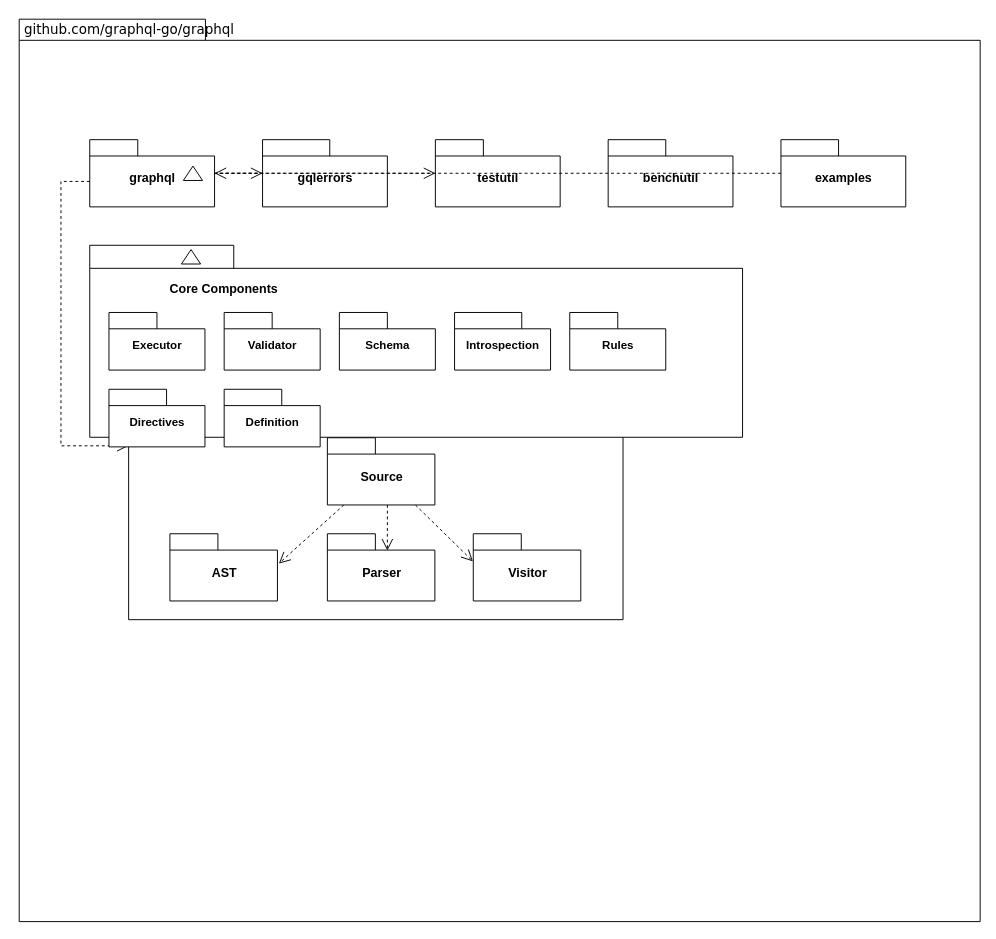
Above: architecture/uml/packages/graphql-graphql-go-architecture-packages.drawio in chris-ramon/thesis-graphql-go (draw.io), before the change. Source tidied: cells renumbered, new cells numbered last; positions are measured from the earlier drawing's top-left corner, leaving out a move shared by most shapes. Both pictures are drawn from the tidied source at 96%, with x=0, y=0 at pixel (18, 18).
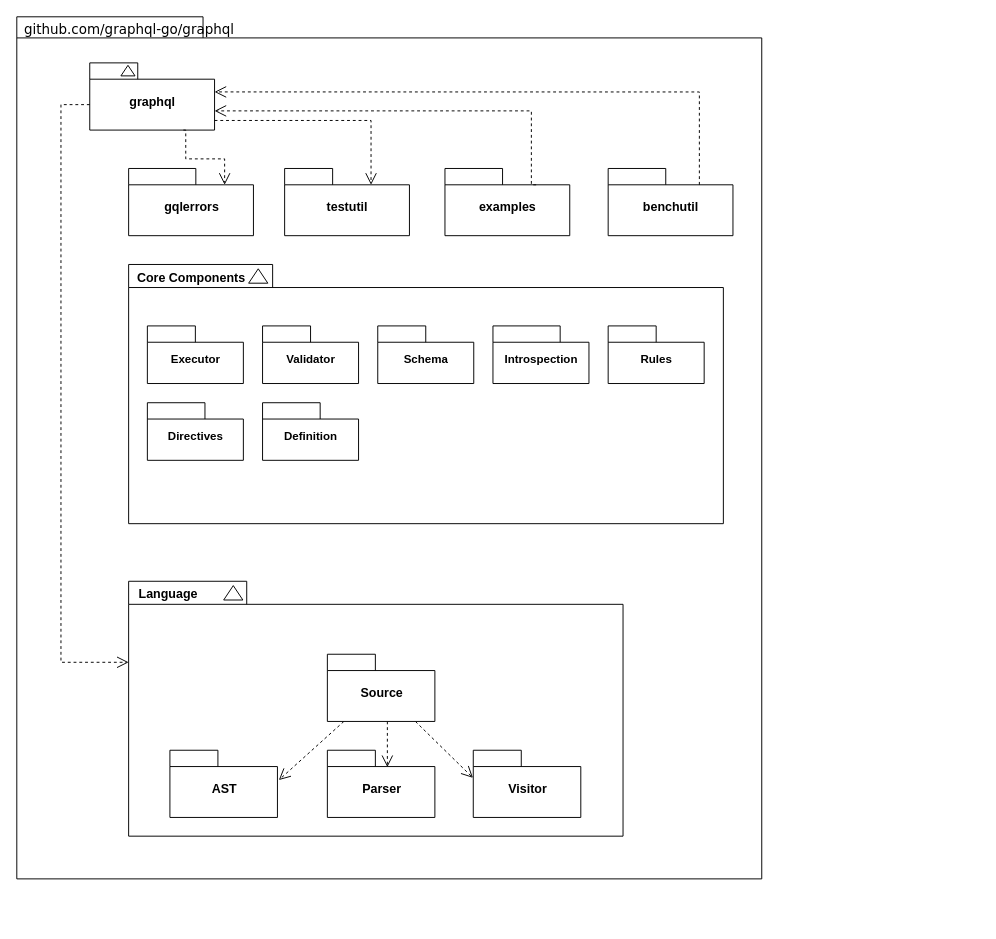
Above is the later version.

Commit message:
architecture/uml/packages: package diagram clean-ups

Unchanged cells that the change refers to:
```xml
<mxCell id="4" value="&lt;font face=&quot;Helvetica&quot; style=&quot;font-size: 13px;&quot;&gt;graphql&lt;/font&gt;" style="shape=folder;fontStyle=1;spacingTop=10;tabWidth=50;tabHeight=17;tabPosition=left;html=1;rounded=0;shadow=0;comic=0;labelBackgroundColor=none;strokeWidth=1;fontFamily=Verdana;fontSize=10;align=center;" parent="3" vertex="1">
  <mxGeometry width="130" height="70" as="geometry" />
</mxCell>
```

The edit, as a diff of the source:
```diff
@@
     <mxCell id="2" style="shape=folder;fontStyle=1;spacingTop=10;tabWidth=194;tabHeight=22;tabPosition=left;html=1;rounded=0;shadow=0;comic=0;labelBackgroundColor=none;strokeWidth=1;fillColor=none;fontFamily=Verdana;fontSize=10;align=center;" parent="1" vertex="1">
-      <mxGeometry x="0.5" y="0.5" width="1001" height="940" as="geometry" />
+      <mxGeometry x="-2" y="-2" width="776" height="898" as="geometry" />
     </mxCell>
     <mxCell id="3" style="group;" parent="1" vertex="1">
-      <mxGeometry x="74" y="126" width="130" height="70" as="geometry" />
+      <mxGeometry x="74" y="46" width="130" height="70" as="geometry" />
     </mxCell>
@@
     <mxCell id="5" style="triangle;whiteSpace=wrap;html=1;rounded=0;shadow=0;comic=0;labelBackgroundColor=none;strokeWidth=1;fontFamily=Verdana;fontSize=10;align=center;rotation=-90;" parent="3" vertex="1">
-      <mxGeometry x="100" y="25" width="15" height="20" as="geometry" />
+      <mxGeometry x="34.3" y="0.7" width="11" height="14.7" as="geometry" />
     </mxCell>
     <mxCell id="6" style="shape=folder;fontStyle=1;spacingTop=10;tabWidth=123;tabHeight=24;tabPosition=left;html=1;rounded=0;shadow=0;comic=0;labelBackgroundColor=none;strokeColor=#000000;strokeWidth=1;fillColor=#ffffff;fontFamily=Verdana;fontSize=10;fontColor=#000000;align=center;" parent="1" vertex="1">
-      <mxGeometry x="114.5" y="360.5" width="515" height="265.5" as="geometry" />
+      <mxGeometry x="114.5" y="586" width="515" height="265.5" as="geometry" />
     </mxCell>
@@
     <mxCell id="10" value="Source" style="shape=folder;fontStyle=1;spacingTop=10;tabWidth=50;tabHeight=17;tabPosition=left;html=1;rounded=0;shadow=0;comic=0;labelBackgroundColor=none;strokeColor=#000000;strokeWidth=1;fillColor=#ffffff;fontFamily=Helvetica;fontSize=13;fontColor=#000000;align=center;" parent="1" vertex="1">
-      <mxGeometry x="321.5" y="436.5" width="112" height="70" as="geometry" />
+      <mxGeometry x="321.5" y="662" width="112" height="70" as="geometry" />
     </mxCell>
     <mxCell id="11" value="AST" style="shape=folder;fontStyle=1;spacingTop=10;tabWidth=50;tabHeight=17;tabPosition=left;html=1;rounded=0;shadow=0;comic=0;labelBackgroundColor=none;strokeColor=#000000;strokeWidth=1;fillColor=#ffffff;fontFamily=Helvetica;fontSize=13;fontColor=#000000;align=center;" parent="1" vertex="1">
-      <mxGeometry x="157.5" y="536.5" width="112" height="70" as="geometry" />
+      <mxGeometry x="157.5" y="762" width="112" height="70" as="geometry" />
     </mxCell>
     <mxCell id="12" value="Parser" style="shape=folder;fontStyle=1;spacingTop=10;tabWidth=50;tabHeight=17;tabPosition=left;html=1;rounded=0;shadow=0;comic=0;labelBackgroundColor=none;strokeColor=#000000;strokeWidth=1;fillColor=#ffffff;fontFamily=Helvetica;fontSize=13;fontColor=#000000;align=center;" parent="1" vertex="1">
-      <mxGeometry x="321.5" y="536.5" width="112" height="70" as="geometry" />
+      <mxGeometry x="321.5" y="762" width="112" height="70" as="geometry" />
     </mxCell>
     <mxCell id="13" value="Visitor" style="shape=folder;fontStyle=1;spacingTop=10;tabWidth=50;tabHeight=17;tabPosition=left;html=1;rounded=0;shadow=0;comic=0;labelBackgroundColor=none;strokeColor=#000000;strokeWidth=1;fillColor=#ffffff;fontFamily=Helvetica;fontSize=13;fontColor=#000000;align=center;" parent="1" vertex="1">
-      <mxGeometry x="473.5" y="536.5" width="112" height="70" as="geometry" />
+      <mxGeometry x="473.5" y="762" width="112" height="70" as="geometry" />
     </mxCell>
@@
     <mxCell id="18" value="gqlerrors" style="shape=folder;fontStyle=1;spacingTop=10;tabWidth=70;tabHeight=17;tabPosition=left;html=1;rounded=0;shadow=0;comic=0;labelBackgroundColor=none;strokeColor=#000000;strokeWidth=1;fillColor=#ffffff;fontFamily=Helvetica;fontSize=13;fontColor=#000000;align=center;" parent="1" vertex="1">
-      <mxGeometry x="254" y="126" width="130" height="70" as="geometry" />
+      <mxGeometry x="114.5" y="156" width="130" height="70" as="geometry" />
     </mxCell>
     <mxCell id="19" value="testutil" style="shape=folder;fontStyle=1;spacingTop=10;tabWidth=50;tabHeight=17;tabPosition=left;html=1;rounded=0;shadow=0;comic=0;labelBackgroundColor=none;strokeColor=#000000;strokeWidth=1;fillColor=#ffffff;fontFamily=Helvetica;fontSize=13;fontColor=#000000;align=center;" parent="1" vertex="1">
-      <mxGeometry x="434" y="126" width="130" height="70" as="geometry" />
+      <mxGeometry x="277" y="156" width="130" height="70" as="geometry" />
     </mxCell>
     <mxCell id="20" value="benchutil" style="shape=folder;fontStyle=1;spacingTop=10;tabWidth=60;tabHeight=17;tabPosition=left;html=1;rounded=0;shadow=0;comic=0;labelBackgroundColor=none;strokeColor=#000000;strokeWidth=1;fillColor=#ffffff;fontFamily=Helvetica;fontSize=13;fontColor=#000000;align=center;" parent="1" vertex="1">
-      <mxGeometry x="614" y="126" width="130" height="70" as="geometry" />
+      <mxGeometry x="614" y="156" width="130" height="70" as="geometry" />
     </mxCell>
     <mxCell id="21" value="examples" style="shape=folder;fontStyle=1;spacingTop=10;tabWidth=60;tabHeight=17;tabPosition=left;html=1;rounded=0;shadow=0;comic=0;labelBackgroundColor=none;strokeColor=#000000;strokeWidth=1;fillColor=#ffffff;fontFamily=Helvetica;fontSize=13;fontColor=#000000;align=center;" parent="1" vertex="1">
-      <mxGeometry x="794" y="126" width="130" height="70" as="geometry" />
+      <mxGeometry x="444" y="156" width="130" height="70" as="geometry" />
     </mxCell>
     <mxCell id="22" style="shape=folder;fontStyle=1;spacingTop=10;tabWidth=150;tabHeight=24;tabPosition=left;html=1;rounded=0;shadow=0;comic=0;labelBackgroundColor=none;strokeColor=#000000;strokeWidth=1;fillColor=#ffffff;fontFamily=Verdana;fontSize=10;fontColor=#000000;align=center;" parent="1" vertex="1">
-      <mxGeometry x="74" y="236" width="680" height="200" as="geometry" />
+      <mxGeometry x="114.5" y="256" width="619.5" height="270" as="geometry" />
     </mxCell>
-    <mxCell id="23" value="Core Components" style="text;html=1;align=center;verticalAlign=middle;whiteSpace=wrap;rounded=0;fontStyle=1;fontSize=13;fontFamily=Helvetica;" parent="1" vertex="1">
-      <mxGeometry x="144" y="266" width="140" height="30" as="geometry" />
-    </mxCell>
     <mxCell id="24" value="Executor" style="shape=folder;fontStyle=1;spacingTop=10;tabWidth=50;tabHeight=17;tabPosition=left;html=1;rounded=0;shadow=0;comic=0;labelBackgroundColor=none;strokeColor=#000000;strokeWidth=1;fillColor=#ffffff;fontFamily=Helvetica;fontSize=12;fontColor=#000000;align=center;" parent="1" vertex="1">
-      <mxGeometry x="94" y="306" width="100" height="60" as="geometry" />
+      <mxGeometry x="134" y="320" width="100" height="60" as="geometry" />
     </mxCell>
     <mxCell id="25" value="Validator" style="shape=folder;fontStyle=1;spacingTop=10;tabWidth=50;tabHeight=17;tabPosition=left;html=1;rounded=0;shadow=0;comic=0;labelBackgroundColor=none;strokeColor=#000000;strokeWidth=1;fillColor=#ffffff;fontFamily=Helvetica;fontSize=12;fontColor=#000000;align=center;" parent="1" vertex="1">
-      <mxGeometry x="214" y="306" width="100" height="60" as="geometry" />
+      <mxGeometry x="254" y="320" width="100" height="60" as="geometry" />
     </mxCell>
     <mxCell id="26" value="Schema" style="shape=folder;fontStyle=1;spacingTop=10;tabWidth=50;tabHeight=17;tabPosition=left;html=1;rounded=0;shadow=0;comic=0;labelBackgroundColor=none;strokeColor=#000000;strokeWidth=1;fillColor=#ffffff;fontFamily=Helvetica;fontSize=12;fontColor=#000000;align=center;" parent="1" vertex="1">
-      <mxGeometry x="334" y="306" width="100" height="60" as="geometry" />
+      <mxGeometry x="374" y="320" width="100" height="60" as="geometry" />
     </mxCell>
     <mxCell id="27" value="Introspection" style="shape=folder;fontStyle=1;spacingTop=10;tabWidth=70;tabHeight=17;tabPosition=left;html=1;rounded=0;shadow=0;comic=0;labelBackgroundColor=none;strokeColor=#000000;strokeWidth=1;fillColor=#ffffff;fontFamily=Helvetica;fontSize=12;fontColor=#000000;align=center;" parent="1" vertex="1">
-      <mxGeometry x="454" y="306" width="100" height="60" as="geometry" />
+      <mxGeometry x="494" y="320" width="100" height="60" as="geometry" />
     </mxCell>
     <mxCell id="28" value="Rules" style="shape=folder;fontStyle=1;spacingTop=10;tabWidth=50;tabHeight=17;tabPosition=left;html=1;rounded=0;shadow=0;comic=0;labelBackgroundColor=none;strokeColor=#000000;strokeWidth=1;fillColor=#ffffff;fontFamily=Helvetica;fontSize=12;fontColor=#000000;align=center;" parent="1" vertex="1">
-      <mxGeometry x="574" y="306" width="100" height="60" as="geometry" />
+      <mxGeometry x="614" y="320" width="100" height="60" as="geometry" />
     </mxCell>
     <mxCell id="29" value="Directives" style="shape=folder;fontStyle=1;spacingTop=10;tabWidth=60;tabHeight=17;tabPosition=left;html=1;rounded=0;shadow=0;comic=0;labelBackgroundColor=none;strokeColor=#000000;strokeWidth=1;fillColor=#ffffff;fontFamily=Helvetica;fontSize=12;fontColor=#000000;align=center;" parent="1" vertex="1">
-      <mxGeometry x="94" y="386" width="100" height="60" as="geometry" />
+      <mxGeometry x="134" y="400" width="100" height="60" as="geometry" />
     </mxCell>
     <mxCell id="30" value="Definition" style="shape=folder;fontStyle=1;spacingTop=10;tabWidth=60;tabHeight=17;tabPosition=left;html=1;rounded=0;shadow=0;comic=0;labelBackgroundColor=none;strokeColor=#000000;strokeWidth=1;fillColor=#ffffff;fontFamily=Helvetica;fontSize=12;fontColor=#000000;align=center;" parent="1" vertex="1">
-      <mxGeometry x="214" y="386" width="100" height="60" as="geometry" />
+      <mxGeometry x="254" y="400" width="100" height="60" as="geometry" />
     </mxCell>
-    <mxCell id="31" style="edgeStyle=orthogonalEdgeStyle;rounded=0;html=1;dashed=1;labelBackgroundColor=none;startFill=0;endArrow=open;endFill=0;endSize=10;fontFamily=Verdana;fontSize=10;" parent="1" edge="1" source="4" target="18">
-      <mxGeometry relative="1" as="geometry" />
+    <mxCell id="31" style="edgeStyle=orthogonalEdgeStyle;rounded=0;html=1;dashed=1;labelBackgroundColor=none;startFill=0;endArrow=open;endFill=0;endSize=10;fontFamily=Verdana;fontSize=10;entryX=0;entryY=0;entryDx=100;entryDy=17;entryPerimeter=0;exitX=0.75;exitY=1;exitDx=0;exitDy=0;exitPerimeter=0;" parent="1" edge="1" source="4" target="18">
+      <mxGeometry relative="1" as="geometry">
+        <Array as="points">
+          <mxPoint x="174" y="116" />
+          <mxPoint x="174" y="146" />
+          <mxPoint x="214" y="146" />
+        </Array>
+      </mxGeometry>
     </mxCell>
-    <mxCell id="32" style="edgeStyle=orthogonalEdgeStyle;rounded=0;html=1;dashed=1;labelBackgroundColor=none;startFill=0;endArrow=open;endFill=0;endSize=10;fontFamily=Verdana;fontSize=10;" parent="1" edge="1" source="4" target="19">
-      <mxGeometry relative="1" as="geometry" />
+    <mxCell id="32" style="edgeStyle=orthogonalEdgeStyle;rounded=0;html=1;dashed=1;labelBackgroundColor=none;startFill=0;endArrow=open;endFill=0;endSize=10;fontFamily=Verdana;fontSize=10;entryX=0;entryY=0;entryDx=90;entryDy=17;entryPerimeter=0;" parent="1" edge="1" source="4" target="19">
+      <mxGeometry relative="1" as="geometry">
+        <Array as="points">
+          <mxPoint x="367" y="106" />
+        </Array>
+      </mxGeometry>
     </mxCell>
-    <mxCell id="33" style="edgeStyle=orthogonalEdgeStyle;rounded=0;html=1;dashed=1;labelBackgroundColor=none;startFill=0;endArrow=open;endFill=0;endSize=10;fontFamily=Verdana;fontSize=10;" parent="1" edge="1" source="21" target="4">
-      <mxGeometry relative="1" as="geometry" />
+    <mxCell id="33" style="edgeStyle=orthogonalEdgeStyle;rounded=0;html=1;dashed=1;labelBackgroundColor=none;startFill=0;endArrow=open;endFill=0;endSize=10;fontFamily=Verdana;fontSize=10;exitX=0;exitY=0;exitDx=95;exitDy=17;exitPerimeter=0;" parent="1" edge="1" source="21" target="4">
+      <mxGeometry relative="1" as="geometry">
+        <Array as="points">
+          <mxPoint x="534" y="173" />
+          <mxPoint x="534" y="96" />
+        </Array>
+      </mxGeometry>
     </mxCell>
-    <mxCell id="34" style="triangle;whiteSpace=wrap;html=1;rounded=0;shadow=0;comic=0;labelBackgroundColor=none;strokeColor=#000000;strokeWidth=1;fillColor=#ffffff;fontFamily=Verdana;fontSize=10;fontColor=#000000;align=center;rotation=-90;" parent="1" vertex="1">
-      <mxGeometry x="172" y="238" width="15" height="20" as="geometry" />
-    </mxCell>
+    <mxCell id="23" value="Core Components" style="text;html=1;align=center;verticalAlign=middle;whiteSpace=wrap;rounded=0;fontStyle=1;fontSize=13;fontFamily=Helvetica;" parent="1" vertex="1">
+      <mxGeometry x="110" y="255" width="140" height="30" as="geometry" />
+    </mxCell>
+    <mxCell id="35" style="triangle;whiteSpace=wrap;html=1;rounded=0;shadow=0;comic=0;labelBackgroundColor=none;strokeColor=#000000;strokeWidth=1;fillColor=#ffffff;fontFamily=Verdana;fontSize=10;fontColor=#000000;align=center;rotation=-90;" parent="1" vertex="1">
+      <mxGeometry x="242" y="258" width="15" height="20" as="geometry" />
+    </mxCell>
+    <mxCell id="36" style="edgeStyle=orthogonalEdgeStyle;rounded=0;html=1;dashed=1;labelBackgroundColor=none;startFill=0;endArrow=open;endFill=0;endSize=10;fontFamily=Verdana;fontSize=10;exitX=0;exitY=0;exitDx=95;exitDy=17;exitPerimeter=0;entryX=0;entryY=0;entryDx=130;entryDy=30.25;entryPerimeter=0;" parent="1" edge="1" source="20" target="4">
+      <mxGeometry relative="1" as="geometry">
+        <Array as="points">
+          <mxPoint x="709" y="76" />
+        </Array>
+      </mxGeometry>
+    </mxCell>
+    <mxCell id="37" value="Language" style="text;html=1;align=center;verticalAlign=middle;whiteSpace=wrap;rounded=0;fontStyle=1;fontSize=13;fontFamily=Helvetica;" parent="1" vertex="1">
+      <mxGeometry x="102" y="582" width="108" height="34" as="geometry" />
+    </mxCell>
+    <mxCell id="38" style="triangle;whiteSpace=wrap;html=1;rounded=0;shadow=0;comic=0;labelBackgroundColor=none;strokeColor=#000000;strokeWidth=1;fillColor=#ffffff;fontFamily=Verdana;fontSize=10;fontColor=#000000;align=center;rotation=-90;" parent="1" vertex="1">
+      <mxGeometry x="216" y="588" width="15" height="20" as="geometry" />
+    </mxCell>
```
